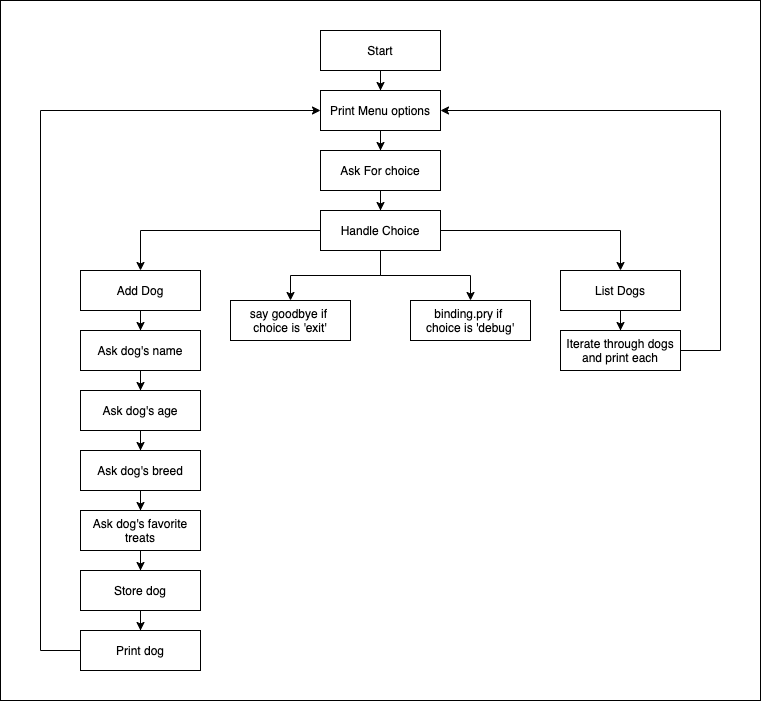
Before: phase-3/01_ruby_fundamentals/demo/program-flow.png, a diagram exported from draw.io (learn-co-students/SENG-LIVE-071921). Source tidied: cells renumbered, new cells last; positions are measured from the earlier drawing's top-left corner, leaving out a move shared by most shapes.
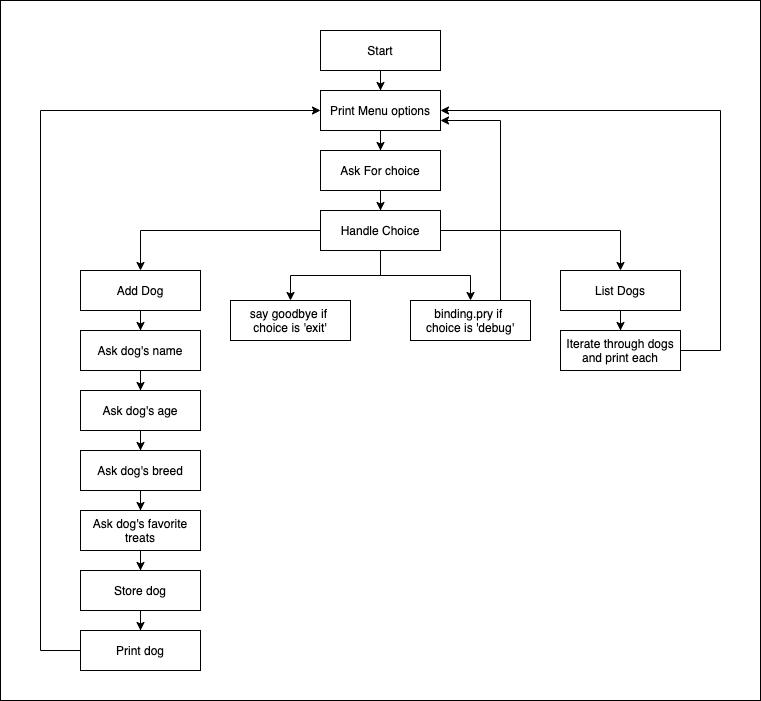
The same diagram one commit later.

Commit message:
add arrow to diagram

What changed in the source:
```diff
@@ -106,6 +106,13 @@
     <mxCell id="33" style="edgeStyle=orthogonalEdgeStyle;rounded=0;jettySize=auto;html=1;" parent="3" edge="1" source="7" target="34">
       <mxGeometry relative="1" as="geometry" />
     </mxCell>
+    <mxCell id="35" style="edgeStyle=orthogonalEdgeStyle;rounded=0;jettySize=auto;html=1;entryX=1;entryY=0.75;entryDx=0;entryDy=0;" parent="3" edge="1" source="34" target="15">
+      <mxGeometry relative="1" as="geometry">
+        <Array as="points">
+          <mxPoint x="500" y="120" />
+        </Array>
+      </mxGeometry>
+    </mxCell>
     <mxCell id="34" value="binding.pry if &lt;br&gt;choice is 'debug'" style="rounded=0;whiteSpace=wrap;html=1;" parent="3" vertex="1">
       <mxGeometry x="410" y="300" width="120" height="40" as="geometry" />
     </mxCell>
```
